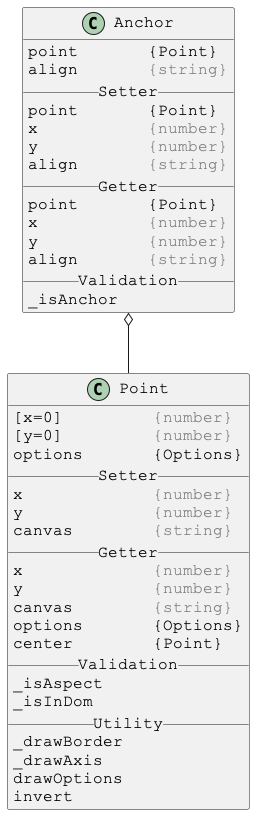
Before: docs/PlantUml/images/linked/Anchor-linked.png, a diagram exported from PlantUML (Justin-Byrne/canvasLab).
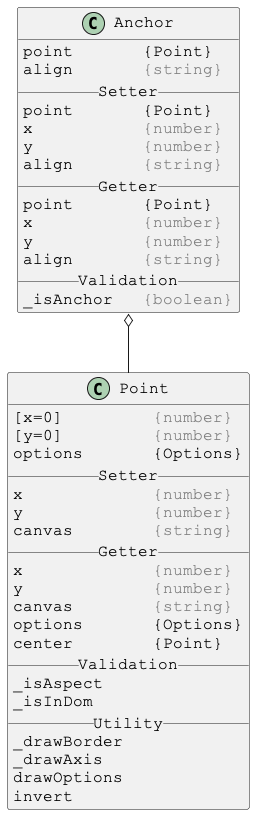
After the commit.

Diff of the diagram source:
```diff
@@ -17,7 +17,7 @@
 y           <color:gray>{number}</color>
 align       <color:gray>{string}</color>
 __ Validation __
-_isAnchor
+_isAnchor   <color:gray>{boolean}</color>
 }
 
 Anchor o-- Point
```
